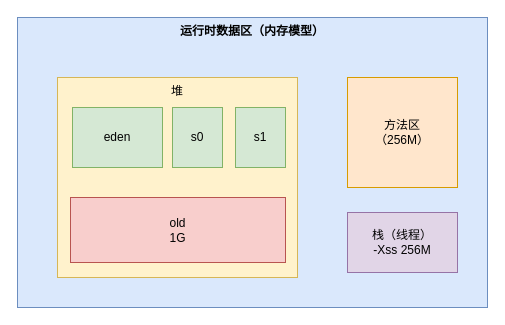
This is Untitled Diagram.drawio from songailin/draw, a draw.io file, before an edit. Source tidied: cells renumbered, new cells numbered last; positions are measured from the earlier drawing's top-left corner, leaving out a move shared by most shapes. Both pictures are drawn from the tidied source at 100%, with x=0, y=0 at pixel (17, 17).
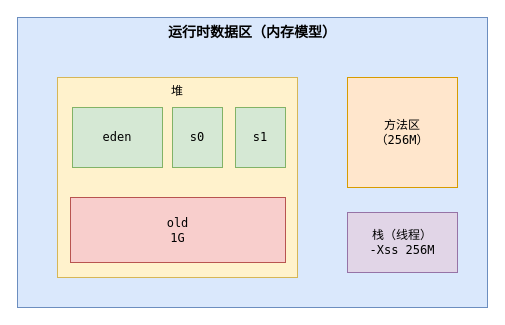
After the change.

Change to the diagram source:
```diff
@@
 <mxGraphModel>
   <root>
     <mxCell id="0" />
     <mxCell id="1" parent="0" />
-    <mxCell id="2" value="运行时数据区（内存模型）" style="rounded=0;whiteSpace=wrap;html=1;fillColor=#dae8fc;strokeColor=#6c8ebf;align=center;verticalAlign=top;fontStyle=1;" parent="1" vertex="1">
+    <mxCell id="2" value="&lt;font style=&quot;font-size: 14px&quot;&gt;运行时数据区（内存模型）&lt;/font&gt;" style="rounded=0;whiteSpace=wrap;html=1;fillColor=#dae8fc;strokeColor=#6c8ebf;align=center;verticalAlign=top;fontStyle=1;fontFamily=Lucida Console;" parent="1" vertex="1">
       <mxGeometry width="470" height="290" as="geometry" />
     </mxCell>
-    <mxCell id="3" value="堆" style="rounded=0;whiteSpace=wrap;html=1;verticalAlign=top;fillColor=#fff2cc;strokeColor=#d6b656;" parent="1" vertex="1">
+    <mxCell id="3" value="堆" style="rounded=0;whiteSpace=wrap;html=1;verticalAlign=top;fillColor=#fff2cc;strokeColor=#d6b656;fontFamily=Lucida Console;" parent="1" vertex="1">
       <mxGeometry x="40" y="60" width="240" height="200" as="geometry" />
     </mxCell>
-    <mxCell id="4" value="方法区&lt;br&gt;（256M）" style="whiteSpace=wrap;html=1;verticalAlign=middle;fillColor=#ffe6cc;strokeColor=#d79b00;" parent="1" vertex="1">
+    <mxCell id="4" value="方法区&lt;br&gt;（256M）" style="whiteSpace=wrap;html=1;verticalAlign=middle;fillColor=#ffe6cc;strokeColor=#d79b00;fontFamily=Lucida Console;" parent="1" vertex="1">
       <mxGeometry x="330" y="60" width="110" height="110" as="geometry" />
     </mxCell>
-    <mxCell id="5" value="栈（线程）&lt;br&gt;-Xss 256M" style="rounded=0;whiteSpace=wrap;html=1;verticalAlign=middle;fillColor=#e1d5e7;strokeColor=#9673a6;" parent="1" vertex="1">
+    <mxCell id="5" value="栈（线程）&lt;br&gt;-Xss 256M" style="rounded=0;whiteSpace=wrap;html=1;verticalAlign=middle;fillColor=#e1d5e7;strokeColor=#9673a6;fontFamily=Lucida Console;" parent="1" vertex="1">
       <mxGeometry x="330" y="195" width="110" height="60" as="geometry" />
     </mxCell>
-    <mxCell id="6" value="eden&lt;br&gt;" style="rounded=0;whiteSpace=wrap;html=1;fillColor=#d5e8d4;strokeColor=#82b366;" parent="1" vertex="1">
+    <mxCell id="6" value="eden&lt;br&gt;" style="rounded=0;whiteSpace=wrap;html=1;fillColor=#d5e8d4;strokeColor=#82b366;fontFamily=Lucida Console;" parent="1" vertex="1">
       <mxGeometry x="55" y="90" width="90" height="60" as="geometry" />
     </mxCell>
-    <mxCell id="7" value="s0" style="rounded=0;whiteSpace=wrap;html=1;fillColor=#d5e8d4;strokeColor=#82b366;" parent="1" vertex="1">
+    <mxCell id="7" value="s0" style="rounded=0;whiteSpace=wrap;html=1;fillColor=#d5e8d4;strokeColor=#82b366;fontFamily=Lucida Console;" parent="1" vertex="1">
       <mxGeometry x="155" y="90" width="50" height="60" as="geometry" />
     </mxCell>
-    <mxCell id="8" value="s1" style="rounded=0;whiteSpace=wrap;html=1;fillColor=#d5e8d4;strokeColor=#82b366;" parent="1" vertex="1">
+    <mxCell id="8" value="s1" style="rounded=0;whiteSpace=wrap;html=1;fillColor=#d5e8d4;strokeColor=#82b366;fontFamily=Lucida Console;" parent="1" vertex="1">
       <mxGeometry x="218" y="90" width="50" height="60" as="geometry" />
     </mxCell>
-    <mxCell id="9" value="old&lt;br&gt;1G" style="whiteSpace=wrap;html=1;fillColor=#f8cecc;strokeColor=#b85450;" parent="1" vertex="1">
+    <mxCell id="9" value="old&lt;br&gt;1G" style="whiteSpace=wrap;html=1;fillColor=#f8cecc;strokeColor=#b85450;fontFamily=Lucida Console;" parent="1" vertex="1">
       <mxGeometry x="53" y="180" width="215" height="65" as="geometry" />
     </mxCell>
   </root>
 </mxGraphModel>
```
